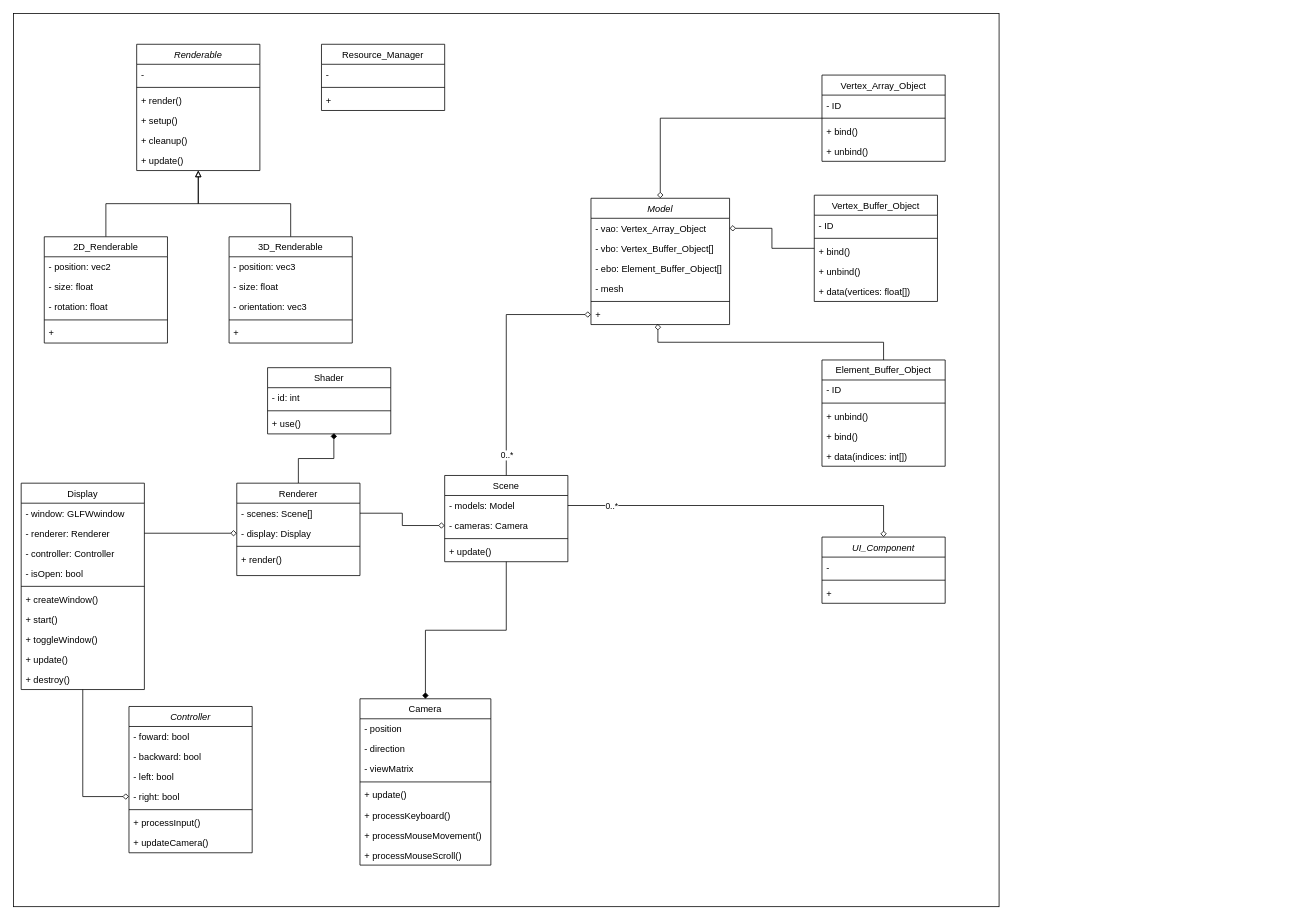
harriszk/science keeps this draw.io diagram as Render_Engine.drawio. Above is the earlier version. Source tidied: cells renumbered, new cells numbered last; positions are measured from the earlier drawing's top-left corner, leaving out a move shared by most shapes. Both pictures are drawn from the tidied source at 77%, with x=0, y=0 at pixel (13, 13).
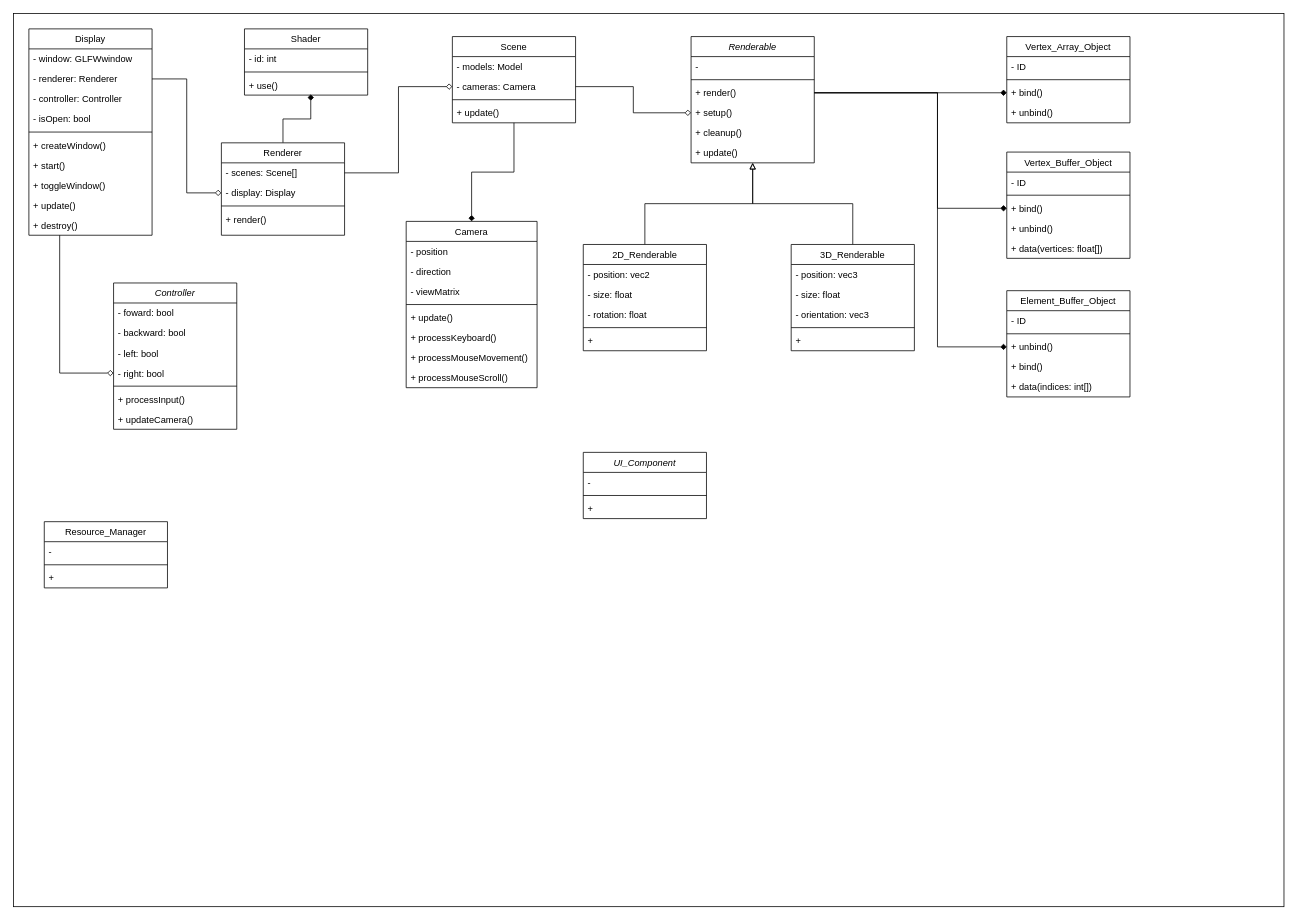
Above is the later version.

Unchanged cells that the change refers to:
```xml
<mxCell id="6" value="+ render()" style="text;align=left;verticalAlign=top;spacingLeft=4;spacingRight=4;overflow=hidden;points=[[0,0.5],[1,0.5]];portConstraint=eastwest;" parent="3" vertex="1">
  <mxGeometry y="60" width="160" height="26" as="geometry" />
</mxCell>
<mxCell id="7" value="+ setup()" style="text;align=left;verticalAlign=top;spacingLeft=4;spacingRight=4;overflow=hidden;points=[[0,0.5],[1,0.5]];portConstraint=eastwest;" parent="3" vertex="1">
  <mxGeometry y="86" width="160" height="26" as="geometry" />
</mxCell>
<mxCell id="39" value="+ bind()" style="text;align=left;verticalAlign=top;spacingLeft=4;spacingRight=4;overflow=hidden;points=[[0,0.5],[1,0.5]];portConstraint=eastwest;fontStyle=0;" parent="36" vertex="1">
  <mxGeometry y="60" width="160" height="26" as="geometry" />
</mxCell>
<mxCell id="45" value="+ bind()" style="text;align=left;verticalAlign=top;spacingLeft=4;spacingRight=4;overflow=hidden;points=[[0,0.5],[1,0.5]];portConstraint=eastwest;fontStyle=0;" parent="42" vertex="1">
  <mxGeometry y="60" width="160" height="26" as="geometry" />
</mxCell>
<mxCell id="52" value="+ unbind()" style="text;align=left;verticalAlign=top;spacingLeft=4;spacingRight=4;overflow=hidden;points=[[0,0.5],[1,0.5]];portConstraint=eastwest;fontStyle=0;" parent="49" vertex="1">
  <mxGeometry y="60" width="160" height="26" as="geometry" />
</mxCell>
<mxCell id="68" value="- models: Model" style="text;align=left;verticalAlign=top;spacingLeft=4;spacingRight=4;overflow=hidden;points=[[0,0.5],[1,0.5]];portConstraint=eastwest;" parent="67" vertex="1">
  <mxGeometry y="26" width="160" height="26" as="geometry" />
</mxCell>
<mxCell id="69" value="- cameras: Camera" style="text;align=left;verticalAlign=top;spacingLeft=4;spacingRight=4;overflow=hidden;points=[[0,0.5],[1,0.5]];portConstraint=eastwest;" parent="67" vertex="1">
  <mxGeometry y="52" width="160" height="26" as="geometry" />
</mxCell>
<mxCell id="104" value="- right: bool" style="text;align=left;verticalAlign=top;spacingLeft=4;spacingRight=4;overflow=hidden;points=[[0,0.5],[1,0.5]];portConstraint=eastwest;" parent="100" vertex="1">
  <mxGeometry y="104" width="160" height="26" as="geometry" />
</mxCell>
```

Diff of the diagram source:
```diff
@@
     <mxCell id="2" style="whiteSpace=wrap;html=1;" parent="1" vertex="1">
-      <mxGeometry width="1280" height="1160" as="geometry" />
+      <mxGeometry width="1650" height="1160" as="geometry" />
     </mxCell>
     <mxCell id="3" value="Renderable" style="swimlane;fontStyle=2;align=center;verticalAlign=top;horizontal=1;startSize=26;rounded=0;shadow=0;strokeWidth=1;" parent="1" vertex="1">
-      <mxGeometry x="160" y="40" width="160" height="164" as="geometry" />
+      <mxGeometry x="880" y="30" width="160" height="164" as="geometry" />
     </mxCell>
@@
     <mxCell id="11" value="2D_Renderable" style="swimlane;fontStyle=0;align=center;verticalAlign=top;horizontal=1;startSize=26;rounded=0;shadow=0;strokeWidth=1;" parent="1" vertex="1">
-      <mxGeometry x="40" y="290" width="160" height="138" as="geometry" />
+      <mxGeometry x="740" y="300" width="160" height="138" as="geometry" />
     </mxCell>
@@
     <mxCell id="18" value="3D_Renderable" style="swimlane;fontStyle=0;align=center;verticalAlign=top;horizontal=1;startSize=26;rounded=0;shadow=0;strokeWidth=1;" parent="1" vertex="1">
-      <mxGeometry x="280" y="290" width="160" height="138" as="geometry" />
+      <mxGeometry x="1010" y="300" width="160" height="138" as="geometry" />
     </mxCell>
@@
-    <mxCell id="24" value="Model" style="swimlane;fontStyle=2;align=center;verticalAlign=top;horizontal=1;startSize=26;rounded=0;shadow=0;strokeWidth=1;" parent="1" vertex="1">
-      <mxGeometry x="750" y="240" width="180" height="164" as="geometry" />
-    </mxCell>
-    <mxCell id="25" value="- vao: Vertex_Array_Object" style="text;align=left;verticalAlign=top;spacingLeft=4;spacingRight=4;overflow=hidden;points=[[0,0.5],[1,0.5]];portConstraint=eastwest;" parent="24" vertex="1">
-      <mxGeometry y="26" width="180" height="26" as="geometry" />
-    </mxCell>
-    <mxCell id="26" value="- vbo: Vertex_Buffer_Object[]" style="text;align=left;verticalAlign=top;spacingLeft=4;spacingRight=4;overflow=hidden;" parent="24" vertex="1">
-      <mxGeometry y="52" width="180" height="26" as="geometry" />
-    </mxCell>
-    <mxCell id="27" value="- ebo: Element_Buffer_Object[]" style="text;align=left;verticalAlign=top;spacingLeft=4;spacingRight=4;overflow=hidden;" parent="24" vertex="1">
-      <mxGeometry y="78" width="180" height="26" as="geometry" />
-    </mxCell>
-    <mxCell id="28" value="- mesh" style="text;align=left;verticalAlign=top;spacingLeft=4;spacingRight=4;overflow=hidden;" parent="24" vertex="1">
-      <mxGeometry y="104" width="180" height="26" as="geometry" />
-    </mxCell>
-    <mxCell id="29" style="line;html=1;strokeWidth=1;align=left;verticalAlign=middle;spacingTop=-1;spacingLeft=3;spacingRight=3;labelPosition=right;" parent="24" vertex="1">
-      <mxGeometry y="130" width="180" height="8" as="geometry" />
-    </mxCell>
-    <mxCell id="30" value="+" style="text;align=left;verticalAlign=top;spacingLeft=4;spacingRight=4;overflow=hidden;points=[[0,0.5],[1,0.5]];portConstraint=eastwest;fontStyle=0;" parent="24" vertex="1">
-      <mxGeometry y="138" width="180" height="26" as="geometry" />
-    </mxCell>
     <mxCell id="31" value="Shader" style="swimlane;fontStyle=0;align=center;verticalAlign=top;horizontal=1;startSize=26;rounded=0;shadow=0;strokeWidth=1;" parent="1" vertex="1">
-      <mxGeometry x="330" y="460" width="160" height="86" as="geometry" />
+      <mxGeometry x="300" y="20" width="160" height="86" as="geometry" />
     </mxCell>
@@
-    <mxCell id="35" style="edgeStyle=orthogonalEdgeStyle;rounded=0;jettySize=auto;html=1;entryX=0.5;entryY=0;entryDx=0;entryDy=0;strokeColor=default;endArrow=diamond;endFill=0;" parent="1" edge="1" source="36" target="24">
-      <mxGeometry relative="1" as="geometry" />
-    </mxCell>
     <mxCell id="36" value="Vertex_Array_Object" style="swimlane;fontStyle=0;align=center;verticalAlign=top;horizontal=1;startSize=26;rounded=0;shadow=0;strokeWidth=1;" parent="1" vertex="1">
-      <mxGeometry x="1050" y="80" width="160" height="112" as="geometry" />
+      <mxGeometry x="1290" y="30" width="160" height="112" as="geometry" />
     </mxCell>
@@
-    <mxCell id="41" style="edgeStyle=orthogonalEdgeStyle;rounded=0;jettySize=auto;html=1;entryX=1;entryY=0.5;entryDx=0;entryDy=0;strokeColor=default;endArrow=diamond;endFill=0;" parent="1" edge="1" source="42" target="25">
-      <mxGeometry relative="1" as="geometry" />
-    </mxCell>
     <mxCell id="42" value="Vertex_Buffer_Object" style="swimlane;fontStyle=0;align=center;verticalAlign=top;horizontal=1;startSize=26;rounded=0;shadow=0;strokeWidth=1;" parent="1" vertex="1">
-      <mxGeometry x="1040" y="236" width="160" height="138" as="geometry" />
+      <mxGeometry x="1290" y="180" width="160" height="138" as="geometry" />
     </mxCell>
@@
-    <mxCell id="48" style="edgeStyle=orthogonalEdgeStyle;rounded=0;jettySize=auto;html=1;entryX=0.483;entryY=0.97;entryDx=0;entryDy=0;entryPerimeter=0;strokeColor=default;endArrow=diamond;endFill=0;" parent="1" edge="1" source="49" target="30">
-      <mxGeometry relative="1" as="geometry" />
-    </mxCell>
     <mxCell id="49" value="Element_Buffer_Object" style="swimlane;fontStyle=0;align=center;verticalAlign=top;horizontal=1;startSize=26;rounded=0;shadow=0;strokeWidth=1;" parent="1" vertex="1">
-      <mxGeometry x="1050" y="450" width="160" height="138" as="geometry" />
+      <mxGeometry x="1290" y="360" width="160" height="138" as="geometry" />
     </mxCell>
@@
     <mxCell id="55" value="Camera" style="swimlane;fontStyle=0;align=center;verticalAlign=top;horizontal=1;startSize=26;rounded=0;shadow=0;strokeWidth=1;" parent="1" vertex="1">
-      <mxGeometry x="450" y="890" width="170" height="216" as="geometry" />
+      <mxGeometry x="510" y="270" width="170" height="216" as="geometry" />
     </mxCell>
@@
-    <mxCell id="64" style="edgeStyle=orthogonalEdgeStyle;rounded=0;jettySize=auto;html=1;strokeColor=default;endArrow=diamond;endFill=0;" parent="1" edge="1" source="67" target="30">
-      <mxGeometry relative="1" as="geometry" />
-    </mxCell>
-    <mxCell id="65" value="0..*" style="edgeLabel;html=1;align=center;verticalAlign=middle;" parent="64" vertex="1">
-      <mxGeometry x="-0.83" relative="1" as="geometry" />
-    </mxCell>
@@
     <mxCell id="67" value="Scene" style="swimlane;fontStyle=0;align=center;verticalAlign=top;horizontal=1;startSize=26;rounded=0;shadow=0;strokeWidth=1;" parent="1" vertex="1">
-      <mxGeometry x="560" y="600" width="160" height="112" as="geometry" />
+      <mxGeometry x="570" y="30" width="160" height="112" as="geometry" />
     </mxCell>
@@
     <mxCell id="73" value="Renderer" style="swimlane;fontStyle=0;align=center;verticalAlign=top;horizontal=1;startSize=26;rounded=0;shadow=0;strokeWidth=1;" parent="1" vertex="1">
-      <mxGeometry x="290" y="610" width="160" height="120" as="geometry" />
+      <mxGeometry x="270" y="168" width="160" height="120" as="geometry" />
     </mxCell>
@@
     <mxCell id="78" value="Resource_Manager" style="swimlane;fontStyle=0;align=center;verticalAlign=top;horizontal=1;startSize=26;rounded=0;shadow=0;strokeWidth=1;" parent="1" vertex="1">
-      <mxGeometry x="400" y="40" width="160" height="86" as="geometry" />
+      <mxGeometry x="40" y="660" width="160" height="86" as="geometry" />
     </mxCell>
@@
     <mxCell id="82" value="UI_Component" style="swimlane;fontStyle=2;align=center;verticalAlign=top;horizontal=1;startSize=26;rounded=0;shadow=0;strokeWidth=1;" parent="1" vertex="1">
-      <mxGeometry x="1050" y="680" width="160" height="86" as="geometry" />
+      <mxGeometry x="740" y="570" width="160" height="86" as="geometry" />
     </mxCell>
@@
     <mxCell id="86" style="edgeStyle=orthogonalEdgeStyle;rounded=0;html=1;entryX=0;entryY=0.5;entryDx=0;entryDy=0;endArrow=diamond;endFill=0;" parent="1" edge="1" source="87" target="104">
-      <mxGeometry relative="1" as="geometry" />
+      <mxGeometry relative="1" as="geometry">
+        <Array as="points">
+          <mxPoint x="60" y="467" />
+        </Array>
+      </mxGeometry>
     </mxCell>
     <mxCell id="87" value="Display" style="swimlane;fontStyle=0;align=center;verticalAlign=top;horizontal=1;startSize=26;rounded=0;shadow=0;strokeWidth=1;" parent="1" vertex="1">
-      <mxGeometry x="10" y="610" width="160" height="268" as="geometry" />
+      <mxGeometry x="20" y="20" width="160" height="268" as="geometry" />
     </mxCell>
@@
-    <mxCell id="98" style="edgeStyle=orthogonalEdgeStyle;rounded=0;jettySize=auto;html=1;entryX=0.5;entryY=0;entryDx=0;entryDy=0;strokeColor=default;endArrow=diamond;endFill=0;" parent="1" edge="1" source="68" target="82">
-      <mxGeometry relative="1" as="geometry" />
-    </mxCell>
-    <mxCell id="99" value="0..*" style="edgeLabel;html=1;align=center;verticalAlign=middle;" parent="98" vertex="1">
-      <mxGeometry x="-0.75" relative="1" as="geometry" />
-    </mxCell>
     <mxCell id="100" value="Controller" style="swimlane;fontStyle=2;align=center;verticalAlign=top;horizontal=1;startSize=26;rounded=0;shadow=0;strokeWidth=1;" parent="1" vertex="1">
-      <mxGeometry x="150" y="900" width="160" height="190" as="geometry" />
+      <mxGeometry x="130" y="350" width="160" height="190" as="geometry" />
     </mxCell>
@@
+    <mxCell id="110" style="edgeStyle=orthogonalEdgeStyle;rounded=0;html=1;exitX=1;exitY=0.5;exitDx=0;exitDy=0;entryX=0;entryY=0.5;entryDx=0;entryDy=0;endArrow=diamond;endFill=0;" parent="1" edge="1" source="69" target="7">
+      <mxGeometry relative="1" as="geometry" />
+    </mxCell>
+    <mxCell id="111" style="edgeStyle=orthogonalEdgeStyle;rounded=0;html=1;exitX=1;exitY=0.5;exitDx=0;exitDy=0;entryX=0;entryY=0.5;entryDx=0;entryDy=0;endArrow=diamond;endFill=1;" parent="1" edge="1" source="6" target="52">
+      <mxGeometry relative="1" as="geometry">
+        <Array as="points">
+          <mxPoint x="1200" y="103" />
+          <mxPoint x="1200" y="433" />
+        </Array>
+      </mxGeometry>
+    </mxCell>
+    <mxCell id="112" style="edgeStyle=orthogonalEdgeStyle;rounded=0;html=1;exitX=1;exitY=0.5;exitDx=0;exitDy=0;entryX=0;entryY=0.5;entryDx=0;entryDy=0;endArrow=diamond;endFill=1;" parent="1" edge="1" source="6" target="45">
+      <mxGeometry relative="1" as="geometry">
+        <Array as="points">
+          <mxPoint x="1200" y="103" />
+          <mxPoint x="1200" y="253" />
+        </Array>
+      </mxGeometry>
+    </mxCell>
+    <mxCell id="113" style="edgeStyle=orthogonalEdgeStyle;rounded=0;html=1;exitX=1;exitY=0.5;exitDx=0;exitDy=0;entryX=0;entryY=0.5;entryDx=0;entryDy=0;endArrow=diamond;endFill=1;" parent="1" edge="1" source="6" target="39">
+      <mxGeometry relative="1" as="geometry" />
+    </mxCell>
```
